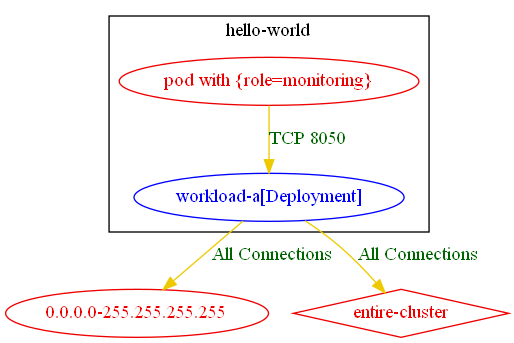
The Graphviz diagram test_outputs/connlist/exposure_test_conn_with_only_pod_selector_connlist_output.dot.png in np-guard/netpol-analyzer, before a commit. Its source is kept beside it as test_outputs/connlist/exposure_test_conn_with_only_pod_selector_connlist_output.dot. Source of this version:
```dot
digraph {
	subgraph "cluster_hello_world" {
		color="black"
		fontcolor="black"
		"hello-world/workload-a[Deployment]" [label="workload-a[Deployment]" color="blue" fontcolor="blue"]
		"pod with {role=monitoring}_in_hello-world" [label="pod with {role=monitoring}" color="red2" fontcolor="red2"]
		label="hello-world"
	}
	"0.0.0.0-255.255.255.255" [label="0.0.0.0-255.255.255.255" color="red2" fontcolor="red2"]
	"entire-cluster" [label="entire-cluster" color="red2" fontcolor="red2" shape=diamond]
	"hello-world/workload-a[Deployment]" -> "0.0.0.0-255.255.255.255" [label="All Connections" color="gold2" fontcolor="darkgreen"]
	"hello-world/workload-a[Deployment]" -> "entire-cluster" [label="All Connections" color="gold2" fontcolor="darkgreen"]
	"pod with {role=monitoring}_in_hello-world" -> "hello-world/workload-a[Deployment]" [label="TCP 8050" color="gold2" fontcolor="darkgreen"]
}
```
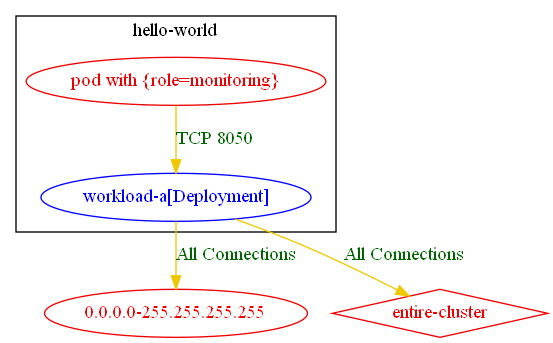
Above is the later version.

Change to the diagram source:
```diff
@@ -9,6 +9,6 @@
 	"0.0.0.0-255.255.255.255" [label="0.0.0.0-255.255.255.255" color="red2" fontcolor="red2"]
 	"entire-cluster" [label="entire-cluster" color="red2" fontcolor="red2" shape=diamond]
 	"hello-world/workload-a[Deployment]" -> "0.0.0.0-255.255.255.255" [label="All Connections" color="gold2" fontcolor="darkgreen"]
-	"hello-world/workload-a[Deployment]" -> "entire-cluster" [label="All Connections" color="gold2" fontcolor="darkgreen"]
-	"pod with {role=monitoring}_in_hello-world" -> "hello-world/workload-a[Deployment]" [label="TCP 8050" color="gold2" fontcolor="darkgreen"]
+	"hello-world/workload-a[Deployment]" -> "entire-cluster" [label="All Connections" color="gold2" fontcolor="darkgreen" weight=0.5]
+	"pod with {role=monitoring}_in_hello-world" -> "hello-world/workload-a[Deployment]" [label="TCP 8050" color="gold2" fontcolor="darkgreen" weight=1]
 }
```
